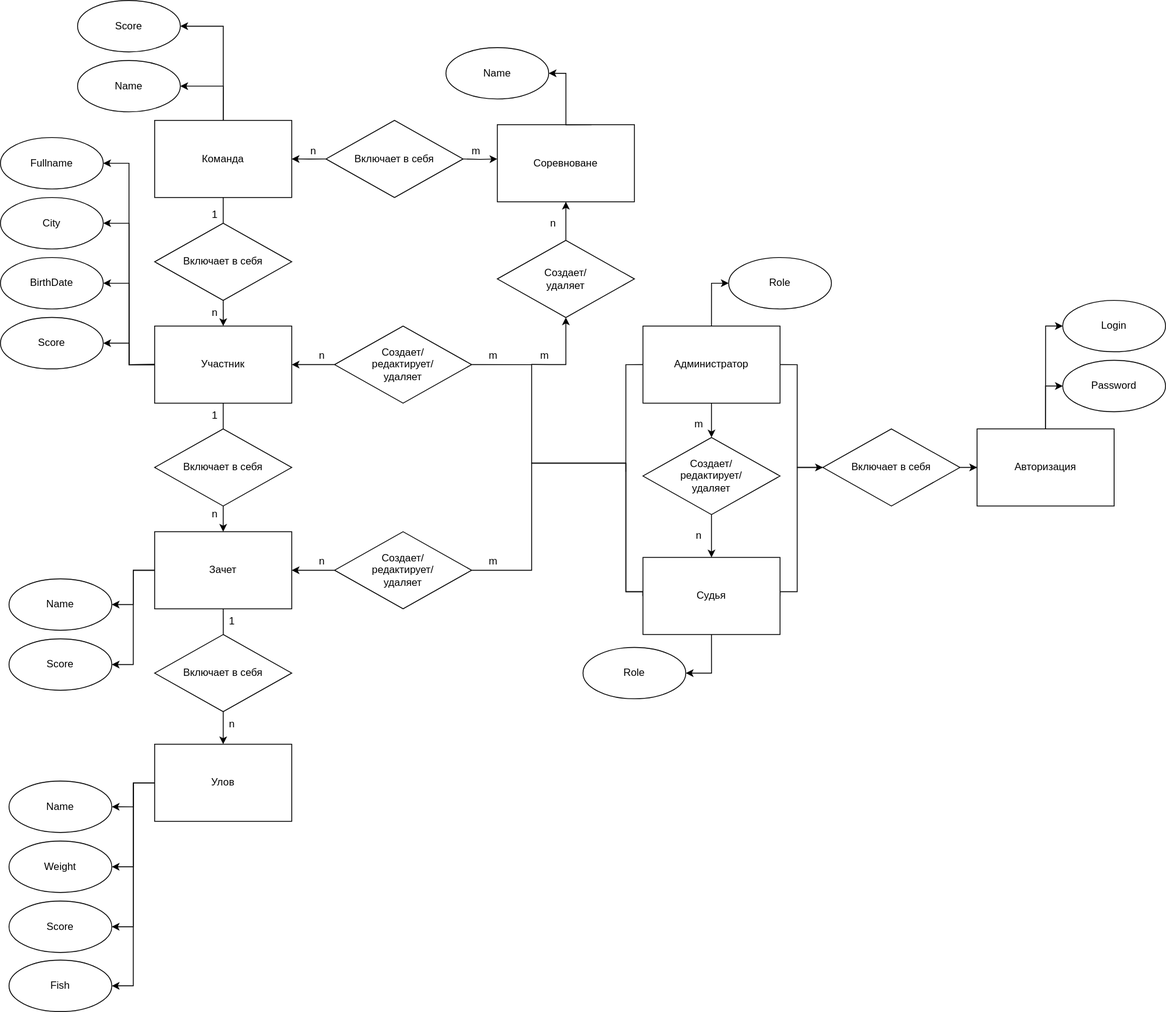
Before: diagrams/svg/ER_Chen.svg, a diagram exported from draw.io (poliorang/ppo_bmstu6). Source tidied: cells renumbered, new cells last; positions are measured from the earlier drawing's top-left corner, leaving out a move shared by most shapes.
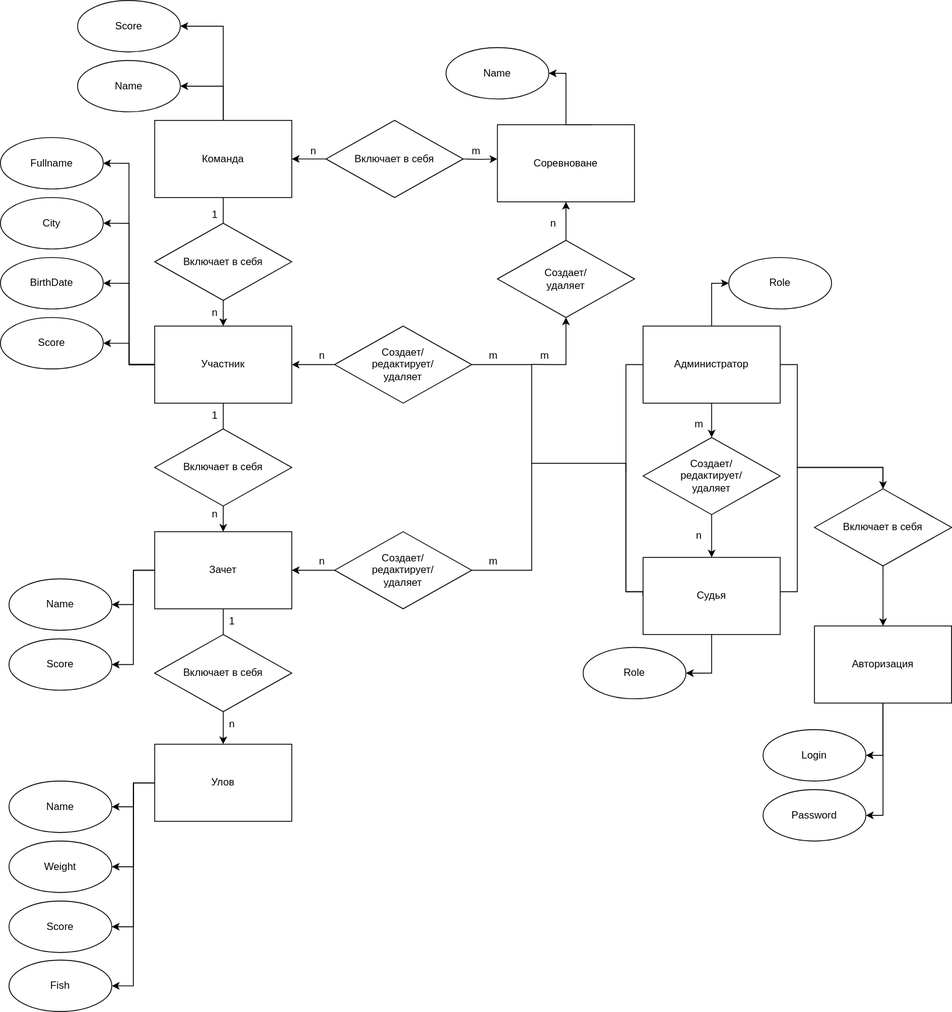
The same diagram one commit later.

Change to the diagram source:
```diff
@@ -48,12 +48,13 @@
         </Array>
       </mxGeometry>
     </mxCell>
-    <mxCell id="12" style="edgeStyle=orthogonalEdgeStyle;rounded=0;jettySize=auto;html=1;exitX=1;exitY=0.5;exitDx=0;exitDy=0;entryX=0;entryY=0.5;entryDx=0;entryDy=0;endArrow=classic;endFill=1;" parent="1" edge="1" source="14" target="73">
+    <mxCell id="12" style="edgeStyle=orthogonalEdgeStyle;rounded=0;jettySize=auto;html=1;exitX=1;exitY=0.5;exitDx=0;exitDy=0;entryX=0.5;entryY=0;entryDx=0;entryDy=0;endArrow=classic;endFill=1;" parent="1" edge="1" source="14" target="73">
       <mxGeometry relative="1" as="geometry">
         <Array as="points">
           <mxPoint x="910" y="690" />
           <mxPoint x="930" y="690" />
           <mxPoint x="930" y="545" />
+          <mxPoint x="1030" y="545" />
         </Array>
       </mxGeometry>
     </mxCell>
@@ -253,18 +254,19 @@
       <mxGeometry relative="1" as="geometry" />
     </mxCell>
     <mxCell id="73" value="Включает в себя" style="rhombus;whiteSpace=wrap;html=1;" parent="1" vertex="1">
-      <mxGeometry x="960" y="500" width="160" height="90" as="geometry" />
+      <mxGeometry x="950" y="570" width="160" height="90" as="geometry" />
     </mxCell>
     <mxCell id="74" style="edgeStyle=orthogonalEdgeStyle;rounded=0;jettySize=auto;html=1;exitX=0;exitY=0.5;exitDx=0;exitDy=0;endArrow=none;endFill=0;" parent="1" edge="1" source="78">
       <mxGeometry relative="1" as="geometry">
         <mxPoint x="730" y="550" as="targetPoint" />
       </mxGeometry>
     </mxCell>
-    <mxCell id="75" style="edgeStyle=orthogonalEdgeStyle;rounded=0;jettySize=auto;html=1;exitX=1;exitY=0.5;exitDx=0;exitDy=0;entryX=0;entryY=0.5;entryDx=0;entryDy=0;endArrow=none;endFill=0;" parent="1" edge="1" source="78" target="73">
+    <mxCell id="75" style="edgeStyle=orthogonalEdgeStyle;rounded=0;jettySize=auto;html=1;exitX=1;exitY=0.5;exitDx=0;exitDy=0;entryX=0.5;entryY=0;entryDx=0;entryDy=0;endArrow=none;endFill=0;" parent="1" edge="1" source="78" target="73">
       <mxGeometry relative="1" as="geometry">
         <Array as="points">
           <mxPoint x="930" y="425" />
           <mxPoint x="930" y="545" />
+          <mxPoint x="1030" y="545" />
         </Array>
       </mxGeometry>
     </mxCell>
@@ -277,23 +279,23 @@
     <mxCell id="78" value="Администратор" style="rounded=0;whiteSpace=wrap;html=1;" parent="1" vertex="1">
       <mxGeometry x="750" y="380" width="160" height="90" as="geometry" />
     </mxCell>
+    <mxCell id="80" style="edgeStyle=orthogonalEdgeStyle;rounded=0;jettySize=auto;html=1;exitX=0.5;exitY=1;exitDx=0;exitDy=0;entryX=1;entryY=0.5;entryDx=0;entryDy=0;" parent="1" edge="1" source="81" target="84">
+      <mxGeometry relative="1" as="geometry" />
+    </mxCell>
-    <mxCell id="79" style="edgeStyle=orthogonalEdgeStyle;rounded=0;jettySize=auto;html=1;exitX=0.5;exitY=0;exitDx=0;exitDy=0;entryX=0;entryY=0.5;entryDx=0;entryDy=0;" parent="1" edge="1" source="81" target="83">
+    <mxCell id="79" style="edgeStyle=orthogonalEdgeStyle;rounded=0;jettySize=auto;html=1;exitX=0.5;exitY=1;exitDx=0;exitDy=0;entryX=1;entryY=0.5;entryDx=0;entryDy=0;" parent="1" edge="1" source="81" target="83">
       <mxGeometry relative="1" as="geometry" />
     </mxCell>
-    <mxCell id="80" style="edgeStyle=orthogonalEdgeStyle;rounded=0;jettySize=auto;html=1;exitX=0.5;exitY=0;exitDx=0;exitDy=0;entryX=0;entryY=0.5;entryDx=0;entryDy=0;" parent="1" edge="1" source="81" target="84">
-      <mxGeometry relative="1" as="geometry" />
-    </mxCell>
     <mxCell id="81" value="Авторизация" style="rounded=0;whiteSpace=wrap;html=1;" parent="1" vertex="1">
-      <mxGeometry x="1140" y="500" width="160" height="90" as="geometry" />
+      <mxGeometry x="950" y="730" width="160" height="90" as="geometry" />
     </mxCell>
     <mxCell id="82" value="Role" style="ellipse;whiteSpace=wrap;html=1;" parent="1" vertex="1">
       <mxGeometry x="850" y="300" width="120" height="60" as="geometry" />
     </mxCell>
     <mxCell id="83" value="Password" style="ellipse;whiteSpace=wrap;html=1;" parent="1" vertex="1">
-      <mxGeometry x="1240" y="420" width="120" height="60" as="geometry" />
+      <mxGeometry x="890" y="921" width="120" height="60" as="geometry" />
     </mxCell>
     <mxCell id="84" value="Login" style="ellipse;whiteSpace=wrap;html=1;" parent="1" vertex="1">
-      <mxGeometry x="1240" y="350" width="120" height="60" as="geometry" />
+      <mxGeometry x="890" y="851" width="120" height="60" as="geometry" />
     </mxCell>
     <mxCell id="85" style="edgeStyle=orthogonalEdgeStyle;rounded=0;jettySize=auto;html=1;exitX=0.5;exitY=1;exitDx=0;exitDy=0;" parent="1" edge="1" source="86" target="14">
       <mxGeometry relative="1" as="geometry" />
```
